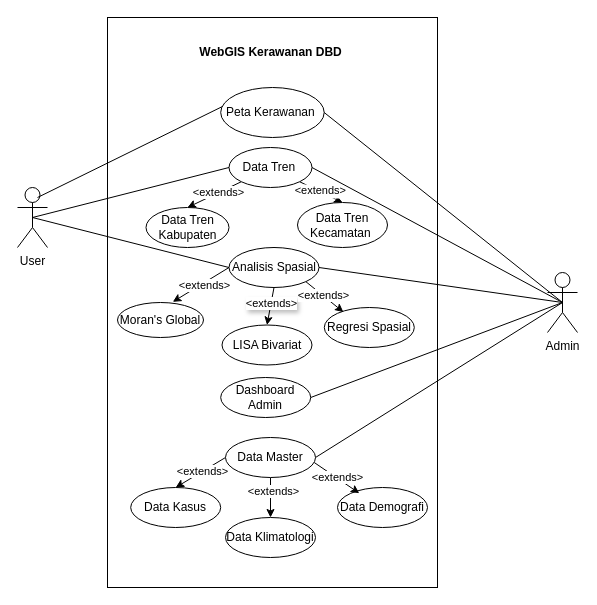
This is use case webgis.drawio from novrinaulia/drawio, a draw.io file, before an edit. Source tidied: cells renumbered, new cells numbered last; positions are measured from the earlier drawing's top-left corner, leaving out a move shared by most shapes. Both pictures are drawn from the tidied source at 100%, with x=0, y=0 at pixel (17, 17).
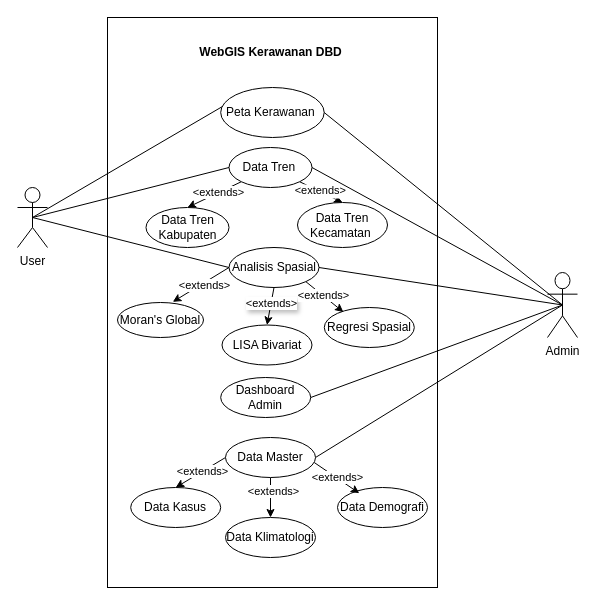
Above is the later version.

The change refers to these unchanged cells:
```xml
<mxCell id="9" value="&lt;font style=&quot;color: light-dark(rgb(0, 0, 0), rgb(0, 0, 0));&quot;&gt;Peta Kerawanan&amp;nbsp;&lt;/font&gt;" style="ellipse;whiteSpace=wrap;html=1;fillColor=light-dark(#FFFFFF,#FFFFFF);strokeColor=light-dark(#000000,#000000);" parent="1" vertex="1">
  <mxGeometry x="203.2" y="70" width="103.5" height="50" as="geometry" />
</mxCell>
```

Diff of the diagram source:
```diff
@@
-    <mxCell id="5" value="User" style="shape=umlActor;verticalLabelPosition=bottom;verticalAlign=top;html=1;outlineConnect=0;strokeColor=light-dark(#000000,#000000);fillColor=none;" parent="1" vertex="1">
+    <mxCell id="5" value="&lt;font style=&quot;color: light-dark(rgb(0, 0, 0), rgb(0, 0, 0));&quot;&gt;User&lt;/font&gt;" style="shape=umlActor;verticalLabelPosition=bottom;verticalAlign=top;html=1;outlineConnect=0;strokeColor=light-dark(#000000,#000000);fillColor=none;" parent="1" vertex="1">
       <mxGeometry y="170" width="30" height="60" as="geometry" />
     </mxCell>
@@
-    <mxCell id="7" value="Admin" style="shape=umlActor;verticalLabelPosition=bottom;verticalAlign=top;html=1;outlineConnect=0;strokeColor=light-dark(#000000,#000000);fillColor=none;" parent="1" vertex="1">
-      <mxGeometry x="530" y="255" width="30" height="60" as="geometry" />
+    <mxCell id="7" value="&lt;font style=&quot;color: light-dark(rgb(0, 0, 0), rgb(0, 0, 0));&quot;&gt;Admin&lt;/font&gt;" style="shape=umlActor;verticalLabelPosition=bottom;verticalAlign=top;html=1;outlineConnect=0;strokeColor=light-dark(#000000,#000000);fillColor=none;" parent="1" vertex="1">
+      <mxGeometry x="530" y="255" width="30" height="65" as="geometry" />
     </mxCell>
@@
-    <mxCell id="39" style="rounded=0;jettySize=auto;html=1;entryX=0.017;entryY=0.38;entryDx=0;entryDy=0;entryPerimeter=0;endArrow=none;startFill=0;strokeColor=light-dark(#000000,#000000);" parent="1" edge="1" target="9">
-      <mxGeometry relative="1" as="geometry">
-        <mxPoint x="20" y="180" as="sourcePoint" />
-      </mxGeometry>
+    <mxCell id="39" style="rounded=0;jettySize=auto;html=1;entryX=0.017;entryY=0.38;entryDx=0;entryDy=0;entryPerimeter=0;endArrow=none;startFill=0;strokeColor=light-dark(#000000,#000000);exitX=0.5;exitY=0.5;exitDx=0;exitDy=0;exitPerimeter=0;" parent="1" edge="1" source="5" target="9">
+      <mxGeometry relative="1" as="geometry" />
     </mxCell>
```
